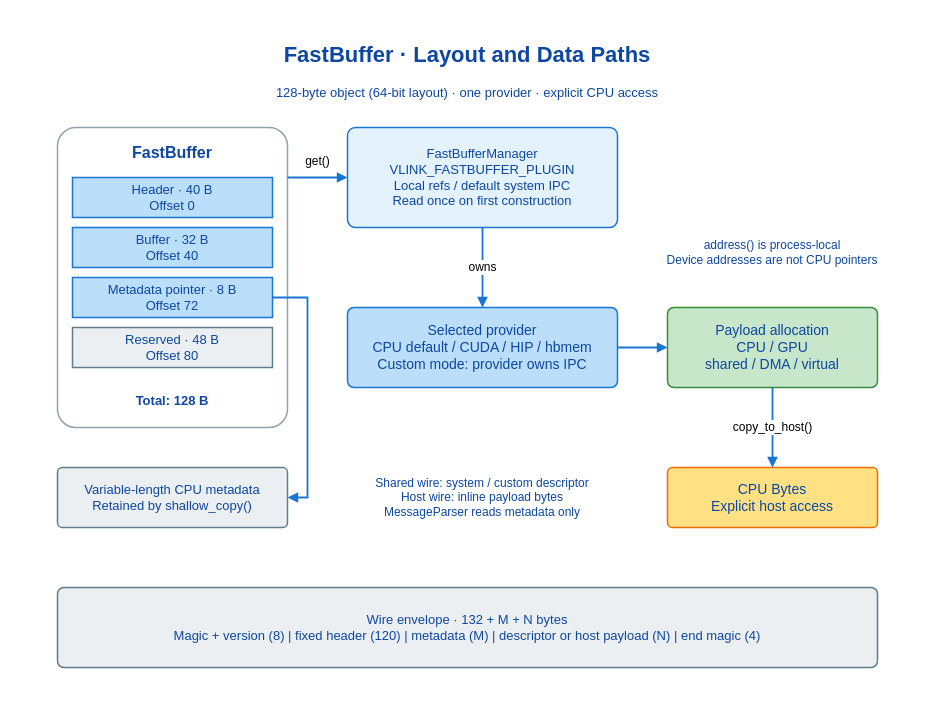
Earlier version of the draw.io diagram doc/images/fastbuffer-layout.drawio (thun-res/vlink). Source tidied: cells renumbered, new cells numbered last; positions are measured from the earlier drawing's top-left corner, leaving out a move shared by most shapes. Both pictures are drawn from the tidied source at 100%, with x=0, y=0 at pixel (17, 17).
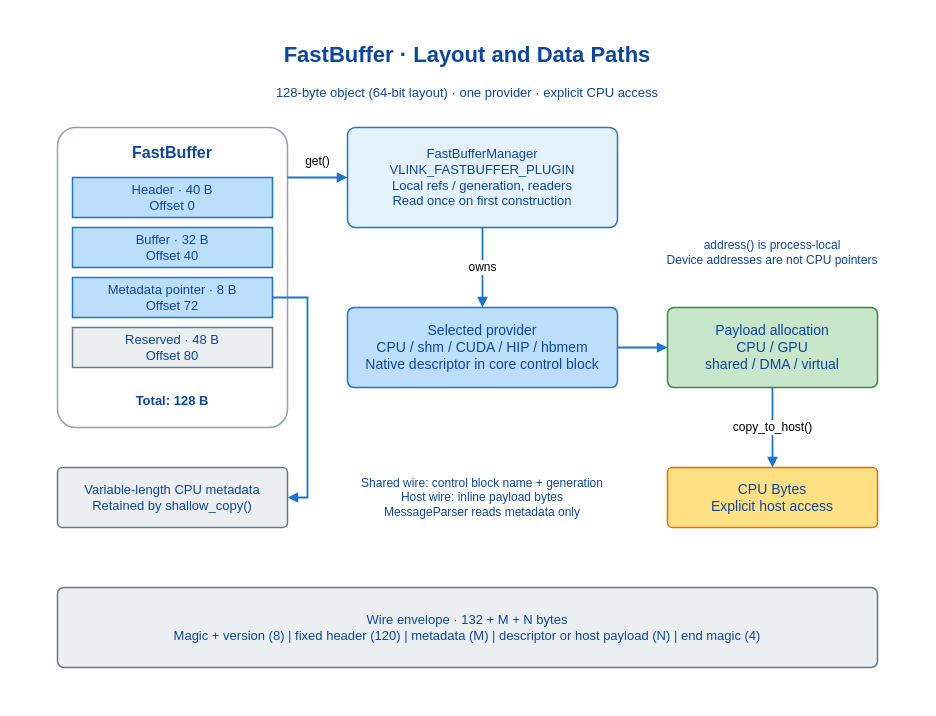
The same diagram, later.

Diff of the diagram source:
```diff
@@
-    <mxCell id="11" value="FastBufferManager&#10;VLINK_FASTBUFFER_PLUGIN&#10;Local refs / default system IPC&#10;Read once on first construction" style="rounded=1;whiteSpace=wrap;html=1;fillColor=#e3f2fd;strokeColor=#1976d2;strokeWidth=1.5;fontFamily=Helvetica;fontSize=13;fontColor=#0d47a1;align=center;verticalAlign=middle;arcSize=8;" parent="1" vertex="1">
+    <mxCell id="11" value="FastBufferManager&#10;VLINK_FASTBUFFER_PLUGIN&#10;Local refs / generation, readers&#10;Read once on first construction" style="rounded=1;whiteSpace=wrap;html=1;fillColor=#e3f2fd;strokeColor=#1976d2;strokeWidth=1.5;fontFamily=Helvetica;fontSize=13;fontColor=#0d47a1;align=center;verticalAlign=middle;arcSize=8;" parent="1" vertex="1">
       <mxGeometry x="330" y="110" width="270" height="100" as="geometry" />
     </mxCell>
-    <mxCell id="12" value="Selected provider&#10;CPU default / CUDA / HIP / hbmem&#10;Custom mode: provider owns IPC" style="rounded=1;whiteSpace=wrap;html=1;fillColor=#bbdefb;strokeColor=#1976d2;strokeWidth=1.5;fontFamily=Helvetica;fontSize=14;fontColor=#0d47a1;align=center;verticalAlign=middle;arcSize=8;" parent="1" vertex="1">
+    <mxCell id="12" value="Selected provider&#10;CPU / shm / CUDA / HIP / hbmem&#10;Native descriptor in core control block" style="rounded=1;whiteSpace=wrap;html=1;fillColor=#bbdefb;strokeColor=#1976d2;strokeWidth=1.5;fontFamily=Helvetica;fontSize=14;fontColor=#0d47a1;align=center;verticalAlign=middle;arcSize=8;" parent="1" vertex="1">
       <mxGeometry x="330" y="290" width="270" height="80" as="geometry" />
     </mxCell>
@@
-    <mxCell id="17" value="Shared wire: system / custom descriptor&#10;Host wire: inline payload bytes&#10;MessageParser reads metadata only" style="rounded=1;whiteSpace=wrap;html=1;fillColor=none;strokeColor=none;strokeWidth=1.5;fontFamily=Helvetica;fontSize=12;fontColor=#0d47a1;align=center;verticalAlign=middle;arcSize=8;" parent="1" vertex="1">
+    <mxCell id="17" value="Shared wire: control block name + generation&#10;Host wire: inline payload bytes&#10;MessageParser reads metadata only" style="rounded=1;whiteSpace=wrap;html=1;fillColor=none;strokeColor=none;strokeWidth=1.5;fontFamily=Helvetica;fontSize=12;fontColor=#0d47a1;align=center;verticalAlign=middle;arcSize=8;" parent="1" vertex="1">
       <mxGeometry x="315" y="450" width="300" height="60" as="geometry" />
     </mxCell>
```
